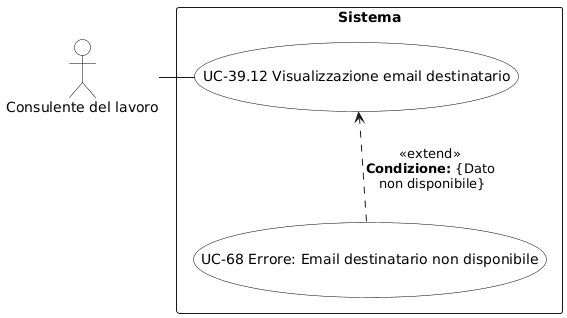
Earlier version of the PlantUML export RTB/Analisi dei Requisiti/diagrammi_use_case/UC-39.12.png (aLittleByte-19/Documentazione). Source of this version:
```plantuml
@startuml
skinparam backgroundColor white
skinparam actor {
  BackgroundColor white
  BorderColor black
  FontColor black
}
skinparam usecase {
  BackgroundColor white
  BorderColor black
  FontColor black
}
actor "Consulente del lavoro" as C

rectangle "Sistema" {
  (UC-39.12 Visualizzazione email destinatario) as UC3912
  (UC-68 Errore: Email destinatario non disponibile) as UC68

  UC3912 -[hidden]down- UC68

  UC68 ..> UC3912 : <<extend>>\n**Condizione:** {Dato\n non disponibile}
}

C - UC3912
@enduml
```
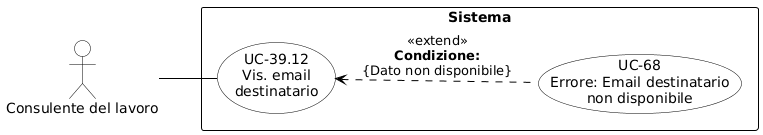
Above is the later version.

What changed in the source:
```diff
@@ -1,25 +1,32 @@
 @startuml
-skinparam backgroundColor white
+skinparam shadowing false
+skinparam defaultFontName Arial
+left to right direction
+skinparam nodesep 15
+skinparam ranksep 50
+
+skinparam usecase {
+    BackgroundColor white
+    BorderColor black
+    ArrowColor black
+}
 skinparam actor {
-  BackgroundColor white
-  BorderColor black
-  FontColor black
+    BackgroundColor white
+    BorderColor black
 }
-skinparam usecase {
-  BackgroundColor white
-  BorderColor black
-  FontColor black
+skinparam rectangle {
+    BorderColor black
+    FontStyle bold
 }
-actor "Consulente del lavoro" as C
+
+actor "Consulente del lavoro" as CL
 
 rectangle "Sistema" {
-  (UC-39.12 Visualizzazione email destinatario) as UC3912
-  (UC-68 Errore: Email destinatario non disponibile) as UC68
+    usecase "UC-39.12\nVis. email\ndestinatario" as UC39_12
+    usecase "UC-68\nErrore: Email destinatario\nnon disponibile" as UC68
 
-  UC3912 -[hidden]down- UC68
-
-  UC68 ..> UC3912 : <<extend>>\n**Condizione:** {Dato\n non disponibile}
+    UC39_12 <.. UC68 : <<extend>>\n**Condizione:**\n{Dato non disponibile}
 }
 
-C - UC3912
+CL -- UC39_12
 @enduml
```
